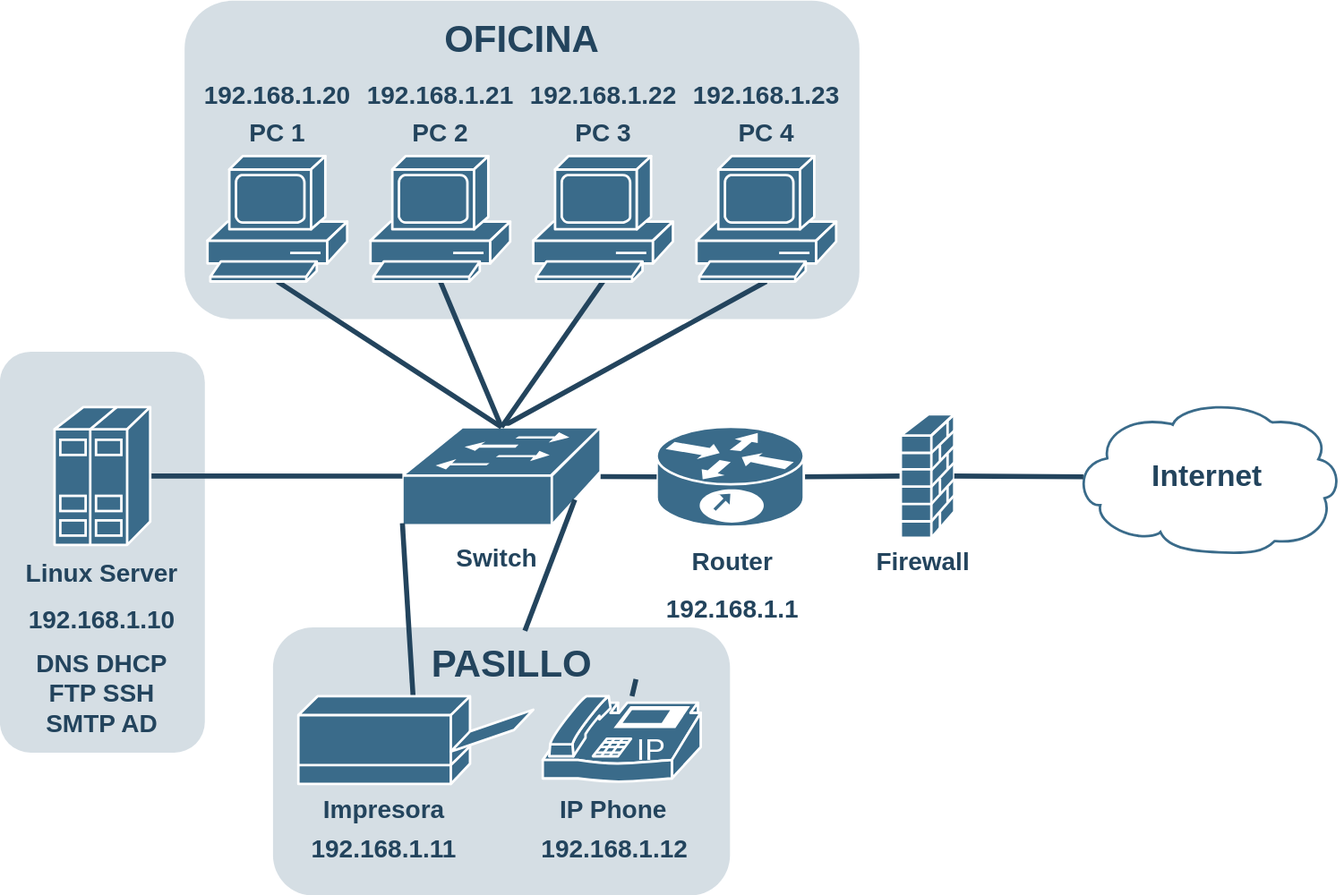
DemoNxriN/Bookhub keeps this draw.io diagram as Esquema de red Bookhub.svg. Above is the earlier version. Source tidied: cells renumbered, new cells last; positions are measured from the earlier drawing's top-left corner, leaving out a move shared by most shapes. The source it was exported from:
```xml
<mxGraphModel>
  <root>
    <mxCell id="0" />
    <mxCell id="1" parent="0" />
    <mxCell id="2" style="rounded=1;whiteSpace=wrap;html=1;strokeColor=none;fillColor=#BAC8D3;fontSize=24;fontColor=#23445D;align=center;opacity=60;" parent="1" vertex="1">
      <mxGeometry x="147.8" width="538.2" height="254" as="geometry" />
    </mxCell>
    <mxCell id="3" style="rounded=1;whiteSpace=wrap;html=1;strokeColor=none;fillColor=#BAC8D3;fontSize=24;fontColor=#23445D;align=center;opacity=60;" parent="1" vertex="1">
      <mxGeometry x="0.4" y="280" width="163.5" height="320" as="geometry" />
    </mxCell>
    <mxCell id="4" value="Internet" style="shape=mxgraph.cisco.storage.cloud;html=1;dashed=0;strokeColor=#3a6b8a;fillColor=#ffffff;strokeWidth=2;fontFamily=Helvetica;fontSize=24;fontColor=#23445D;align=center;fontStyle=1;" parent="1" vertex="1">
      <mxGeometry x="856" y="318.8" width="214.5" height="122.2" as="geometry" />
    </mxCell>
    <mxCell id="5" style="rounded=1;html=1;strokeColor=#23445D;endArrow=none;endFill=0;strokeWidth=4;exitX=1;exitY=0.5;exitDx=0;exitDy=0;exitPerimeter=0;entryX=0;entryY=0.5;entryDx=0;entryDy=0;entryPerimeter=0;" parent="1" edge="1" source="7" target="14">
      <mxGeometry relative="1" as="geometry" />
    </mxCell>
    <mxCell id="6" style="rounded=1;html=1;strokeColor=#23445D;endArrow=none;endFill=0;strokeWidth=4;exitX=0.5;exitY=0;exitDx=0;exitDy=0;exitPerimeter=0;entryX=0.5;entryY=1;entryDx=0;entryDy=0;entryPerimeter=0;" parent="1" edge="1" source="9" target="27">
      <mxGeometry relative="1" as="geometry" />
    </mxCell>
    <mxCell id="7" style="shape=mxgraph.cisco.routers.10700;sketch=0;html=1;dashed=0;fillColor=#3a6b8a;strokeColor=#ffffff;strokeWidth=2;verticalLabelPosition=bottom;verticalAlign=top;align=center;outlineConnect=0;" parent="1" vertex="1">
      <mxGeometry x="524.2" y="340" width="117.4" height="79.8" as="geometry" />
    </mxCell>
    <mxCell id="8" style="rounded=1;html=1;strokeColor=#23445D;endArrow=none;endFill=0;strokeWidth=4;entryX=0;entryY=0.5;entryDx=0;entryDy=0;entryPerimeter=0;" parent="1" edge="1" source="9" target="7">
      <mxGeometry relative="1" as="geometry" />
    </mxCell>
    <mxCell id="9" style="shape=mxgraph.cisco.switches.workgroup_switch;sketch=0;html=1;dashed=0;fillColor=#3a6b8a;strokeColor=#ffffff;strokeWidth=2;verticalLabelPosition=bottom;verticalAlign=top;align=center;outlineConnect=0;" parent="1" vertex="1">
      <mxGeometry x="321.5" y="340.2" width="158.1" height="78.2" as="geometry" />
    </mxCell>
    <mxCell id="10" style="rounded=1;html=1;strokeColor=#23445D;endArrow=none;endFill=0;strokeWidth=4;exitX=0.5;exitY=0;exitDx=0;exitDy=0;exitPerimeter=0;entryX=0.5;entryY=1;entryDx=0;entryDy=0;entryPerimeter=0;" parent="1" edge="1" source="9" target="26">
      <mxGeometry relative="1" as="geometry" />
    </mxCell>
    <mxCell id="11" style="rounded=1;html=1;strokeColor=#23445D;endArrow=none;endFill=0;strokeWidth=4;entryX=0.5;entryY=0;entryDx=0;entryDy=0;entryPerimeter=0;exitX=0.5;exitY=1;exitDx=0;exitDy=0;exitPerimeter=0;" parent="1" edge="1" source="24" target="9">
      <mxGeometry relative="1" as="geometry" />
    </mxCell>
    <mxCell id="12" style="rounded=1;html=1;strokeColor=#23445D;endArrow=none;endFill=0;strokeWidth=4;entryX=0.5;entryY=0;entryDx=0;entryDy=0;entryPerimeter=0;exitX=0.5;exitY=1;exitDx=0;exitDy=0;exitPerimeter=0;" parent="1" edge="1" source="25" target="9">
      <mxGeometry relative="1" as="geometry" />
    </mxCell>
    <mxCell id="13" style="rounded=1;html=1;endArrow=none;endFill=0;strokeColor=#23445D;strokeWidth=4;fontSize=14;fontColor=#990000;entryX=1;entryY=0.5;entryDx=0;entryDy=0;entryPerimeter=0;exitX=0;exitY=0.5;exitDx=0;exitDy=0;exitPerimeter=0;" parent="1" edge="1" source="9" target="20">
      <mxGeometry relative="1" as="geometry" />
    </mxCell>
    <mxCell id="14" style="shape=mxgraph.cisco.security.firewall;sketch=0;html=1;dashed=0;fillColor=#3a6b8a;strokeColor=#ffffff;strokeWidth=2;verticalLabelPosition=bottom;verticalAlign=top;align=center;outlineConnect=0;" parent="1" vertex="1">
      <mxGeometry x="719" y="330" width="42.6" height="98.5" as="geometry" />
    </mxCell>
    <mxCell id="15" style="rounded=1;html=1;strokeColor=#23445D;endArrow=none;endFill=0;strokeWidth=4;exitX=1;exitY=0.5;exitDx=0;exitDy=0;exitPerimeter=0;entryX=0.04;entryY=0.5;entryDx=0;entryDy=0;entryPerimeter=0;" parent="1" edge="1" source="14" target="4">
      <mxGeometry relative="1" as="geometry" />
    </mxCell>
    <mxCell id="16" style="rounded=1;whiteSpace=wrap;html=1;strokeColor=none;fillColor=#BAC8D3;fontSize=24;fontColor=#23445D;align=center;opacity=60;" parent="1" vertex="1">
      <mxGeometry x="218.2" y="500" width="364.5" height="214" as="geometry" />
    </mxCell>
    <mxCell id="17" style="rounded=1;html=1;endArrow=none;endFill=0;strokeColor=#23445D;strokeWidth=4;fontSize=14;fontColor=#990000;exitX=0;exitY=0.98;exitDx=0;exitDy=0;exitPerimeter=0;" parent="1" edge="1" source="9" target="39">
      <mxGeometry relative="1" as="geometry" />
    </mxCell>
    <mxCell id="18" style="edgeStyle=orthogonalEdgeStyle;rounded=0;orthogonalLoop=1;jettySize=auto;html=1;exitX=0.5;exitY=1;exitDx=0;exitDy=0;exitPerimeter=0;" parent="1" edge="1">
      <mxGeometry relative="1" as="geometry">
        <mxPoint x="311" y="625" as="sourcePoint" />
        <mxPoint x="311" y="625" as="targetPoint" />
      </mxGeometry>
    </mxCell>
    <mxCell id="19" style="rounded=1;html=1;endArrow=none;endFill=0;strokeColor=#23445D;strokeWidth=4;fontSize=14;fontColor=#990000;exitX=0.87;exitY=0.74;exitDx=0;exitDy=0;exitPerimeter=0;" parent="1" edge="1" source="48" target="42">
      <mxGeometry relative="1" as="geometry" />
    </mxCell>
    <mxCell id="20" style="shape=mxgraph.cisco.servers.standard_host;sketch=0;html=1;dashed=0;fillColor=#3a6b8a;strokeColor=#ffffff;strokeWidth=2;verticalLabelPosition=bottom;verticalAlign=top;align=center;outlineConnect=0;" parent="1" vertex="1">
      <mxGeometry x="44" y="324.2" width="76.3" height="110" as="geometry" />
    </mxCell>
    <mxCell id="21" value="&lt;font style=&quot;font-size: 20px;&quot; color=&quot;#23445d&quot;&gt;Router&lt;/font&gt;" style="rounded=1;whiteSpace=wrap;html=1;strokeColor=none;fillColor=none;fontSize=14;fontColor=#742B21;align=center;fontStyle=1;" parent="1" vertex="1">
      <mxGeometry x="524.2" y="431.2" width="121.8" height="30.6" as="geometry" />
    </mxCell>
    <mxCell id="22" value="&lt;font style=&quot;font-size: 20px;&quot; color=&quot;#23445d&quot;&gt;192.168.1.1&lt;/font&gt;" style="rounded=1;whiteSpace=wrap;html=1;strokeColor=none;fillColor=none;fontSize=14;fontColor=#742B21;align=center;fontStyle=1;" parent="1" vertex="1">
      <mxGeometry x="524.2" y="469.2" width="121.8" height="30.6" as="geometry" />
    </mxCell>
    <mxCell id="23" value="&lt;font style=&quot;font-size: 20px;&quot; color=&quot;#23445d&quot;&gt;Firewall&lt;/font&gt;" style="rounded=1;whiteSpace=wrap;html=1;strokeColor=none;fillColor=none;fontSize=14;fontColor=#742B21;align=center;fontStyle=1;" parent="1" vertex="1">
      <mxGeometry x="676" y="431.2" width="121.8" height="30.6" as="geometry" />
    </mxCell>
    <mxCell id="24" style="shape=mxgraph.cisco.computers_and_peripherals.pc;sketch=0;html=1;dashed=0;fillColor=#3a6b8a;strokeColor=#ffffff;strokeWidth=2;verticalLabelPosition=bottom;verticalAlign=top;align=center;outlineConnect=0;" parent="1" vertex="1">
      <mxGeometry x="166" y="124" width="111.4" height="100" as="geometry" />
    </mxCell>
    <mxCell id="25" style="shape=mxgraph.cisco.computers_and_peripherals.pc;sketch=0;html=1;dashed=0;fillColor=#3a6b8a;strokeColor=#ffffff;strokeWidth=2;verticalLabelPosition=bottom;verticalAlign=top;align=center;outlineConnect=0;" parent="1" vertex="1">
      <mxGeometry x="296" y="124" width="111.4" height="100" as="geometry" />
    </mxCell>
    <mxCell id="26" style="shape=mxgraph.cisco.computers_and_peripherals.pc;sketch=0;html=1;dashed=0;fillColor=#3a6b8a;strokeColor=#ffffff;strokeWidth=2;verticalLabelPosition=bottom;verticalAlign=top;align=center;outlineConnect=0;" parent="1" vertex="1">
      <mxGeometry x="425.8" y="124" width="111.4" height="100" as="geometry" />
    </mxCell>
    <mxCell id="27" style="shape=mxgraph.cisco.computers_and_peripherals.pc;sketch=0;html=1;dashed=0;fillColor=#3a6b8a;strokeColor=#ffffff;strokeWidth=2;verticalLabelPosition=bottom;verticalAlign=top;align=center;outlineConnect=0;" parent="1" vertex="1">
      <mxGeometry x="556" y="124" width="111.4" height="100" as="geometry" />
    </mxCell>
    <mxCell id="28" value="&lt;font style=&quot;font-size: 20px;&quot; color=&quot;#23445d&quot;&gt;PC 1&lt;/font&gt;" style="rounded=1;whiteSpace=wrap;html=1;strokeColor=none;fillColor=none;fontSize=14;fontColor=#742B21;align=center;fontStyle=1;" parent="1" vertex="1">
      <mxGeometry x="160.8" y="90" width="121.8" height="30.6" as="geometry" />
    </mxCell>
    <mxCell id="29" value="&lt;font style=&quot;font-size: 20px;&quot; color=&quot;#23445d&quot;&gt;PC 2&lt;/font&gt;" style="rounded=1;whiteSpace=wrap;html=1;strokeColor=none;fillColor=none;fontSize=14;fontColor=#742B21;align=center;fontStyle=1;" parent="1" vertex="1">
      <mxGeometry x="290.8" y="90" width="121.8" height="30.6" as="geometry" />
    </mxCell>
    <mxCell id="30" value="&lt;font style=&quot;font-size: 20px;&quot; color=&quot;#23445d&quot;&gt;PC 3&lt;/font&gt;" style="rounded=1;whiteSpace=wrap;html=1;strokeColor=none;fillColor=none;fontSize=14;fontColor=#742B21;align=center;fontStyle=1;" parent="1" vertex="1">
      <mxGeometry x="420.7" y="90" width="121.8" height="30.6" as="geometry" />
    </mxCell>
    <mxCell id="31" value="&lt;font style=&quot;font-size: 20px;&quot; color=&quot;#23445d&quot;&gt;PC 4&lt;/font&gt;" style="rounded=1;whiteSpace=wrap;html=1;strokeColor=none;fillColor=none;fontSize=14;fontColor=#742B21;align=center;fontStyle=1;" parent="1" vertex="1">
      <mxGeometry x="550.8" y="90" width="121.8" height="30.6" as="geometry" />
    </mxCell>
    <mxCell id="32" value="&lt;font style=&quot;font-size: 20px;&quot; color=&quot;#23445d&quot;&gt;192.168.1.20&lt;/font&gt;" style="rounded=1;whiteSpace=wrap;html=1;strokeColor=none;fillColor=none;fontSize=14;fontColor=#742B21;align=center;fontStyle=1;" parent="1" vertex="1">
      <mxGeometry x="160.8" y="59.4" width="121.8" height="30.6" as="geometry" />
    </mxCell>
    <mxCell id="33" value="&lt;font style=&quot;font-size: 20px;&quot; color=&quot;#23445d&quot;&gt;192.168.1.21&lt;/font&gt;" style="rounded=1;whiteSpace=wrap;html=1;strokeColor=none;fillColor=none;fontSize=14;fontColor=#742B21;align=center;fontStyle=1;" parent="1" vertex="1">
      <mxGeometry x="290.8" y="59.4" width="121.8" height="30.6" as="geometry" />
    </mxCell>
    <mxCell id="34" value="&lt;font style=&quot;font-size: 20px;&quot; color=&quot;#23445d&quot;&gt;192.168.1.22&lt;/font&gt;" style="rounded=1;whiteSpace=wrap;html=1;strokeColor=none;fillColor=none;fontSize=14;fontColor=#742B21;align=center;fontStyle=1;" parent="1" vertex="1">
      <mxGeometry x="420.7" y="59.4" width="121.8" height="30.6" as="geometry" />
    </mxCell>
    <mxCell id="35" value="&lt;font style=&quot;font-size: 20px;&quot; color=&quot;#23445d&quot;&gt;192.168.1.23&lt;/font&gt;" style="rounded=1;whiteSpace=wrap;html=1;strokeColor=none;fillColor=none;fontSize=14;fontColor=#742B21;align=center;fontStyle=1;" parent="1" vertex="1">
      <mxGeometry x="550.8" y="59.4" width="121.8" height="30.6" as="geometry" />
    </mxCell>
    <mxCell id="36" value="&lt;font color=&quot;#23445d&quot;&gt;&lt;span style=&quot;font-size: 20px;&quot;&gt;Linux Server&lt;/span&gt;&lt;/font&gt;" style="rounded=1;whiteSpace=wrap;html=1;strokeColor=none;fillColor=none;fontSize=14;fontColor=#742B21;align=center;fontStyle=1;" parent="1" vertex="1">
      <mxGeometry x="16.3" y="441" width="131.8" height="30.6" as="geometry" />
    </mxCell>
    <mxCell id="37" value="&lt;font color=&quot;#23445d&quot;&gt;&lt;span style=&quot;font-size: 20px;&quot;&gt;192.168.1.10&lt;/span&gt;&lt;/font&gt;" style="rounded=1;whiteSpace=wrap;html=1;strokeColor=none;fillColor=none;fontSize=14;fontColor=#742B21;align=center;fontStyle=1;" parent="1" vertex="1">
      <mxGeometry x="16.3" y="477.4" width="131.8" height="30.6" as="geometry" />
    </mxCell>
    <mxCell id="38" value="&lt;font color=&quot;#23445d&quot;&gt;&lt;span style=&quot;font-size: 20px;&quot;&gt;DNS DHCP FTP SSH SMTP AD&lt;/span&gt;&lt;/font&gt;" style="rounded=1;whiteSpace=wrap;html=1;strokeColor=none;fillColor=none;fontSize=14;fontColor=#742B21;align=center;fontStyle=1;" parent="1" vertex="1">
      <mxGeometry x="16.3" y="513.5" width="131.8" height="77.1" as="geometry" />
    </mxCell>
    <mxCell id="39" style="shape=mxgraph.cisco.computers_and_peripherals.printer;sketch=0;html=1;dashed=0;fillColor=#3a6b8a;strokeColor=#ffffff;strokeWidth=2;verticalLabelPosition=bottom;verticalAlign=top;align=center;outlineConnect=0;" parent="1" vertex="1">
      <mxGeometry x="238.5" y="555" width="187.3" height="70" as="geometry" />
    </mxCell>
    <mxCell id="40" value="&lt;font color=&quot;#23445d&quot;&gt;&lt;span style=&quot;font-size: 20px;&quot;&gt;Impresora&lt;/span&gt;&lt;/font&gt;" style="rounded=1;whiteSpace=wrap;html=1;strokeColor=none;fillColor=none;fontSize=14;fontColor=#742B21;align=center;fontStyle=1;" parent="1" vertex="1">
      <mxGeometry x="246" y="630" width="121.8" height="30.6" as="geometry" />
    </mxCell>
    <mxCell id="41" value="&lt;font color=&quot;#23445d&quot;&gt;&lt;span style=&quot;font-size: 20px;&quot;&gt;192.168.1.11&lt;/span&gt;&lt;/font&gt;" style="rounded=1;whiteSpace=wrap;html=1;strokeColor=none;fillColor=none;fontSize=14;fontColor=#742B21;align=center;fontStyle=1;" parent="1" vertex="1">
      <mxGeometry x="246" y="660.6" width="121.8" height="30.6" as="geometry" />
    </mxCell>
    <mxCell id="42" style="shape=mxgraph.cisco.modems_and_phones.ip_phone;sketch=0;html=1;dashed=0;fillColor=#3a6b8a;strokeColor=#ffffff;strokeWidth=2;verticalLabelPosition=bottom;verticalAlign=top;align=center;outlineConnect=0;" parent="1" vertex="1">
      <mxGeometry x="433.4" y="555" width="126" height="70" as="geometry" />
    </mxCell>
    <mxCell id="43" value="&lt;font color=&quot;#23445d&quot;&gt;&lt;span style=&quot;font-size: 20px;&quot;&gt;IP Phone&lt;/span&gt;&lt;/font&gt;" style="rounded=1;whiteSpace=wrap;html=1;strokeColor=none;fillColor=none;fontSize=14;fontColor=#742B21;align=center;fontStyle=1;" parent="1" vertex="1">
      <mxGeometry x="429.1" y="630" width="121.8" height="30.6" as="geometry" />
    </mxCell>
    <mxCell id="44" value="&lt;font color=&quot;#23445d&quot;&gt;&lt;span style=&quot;font-size: 20px;&quot;&gt;192.168.1.12&lt;/span&gt;&lt;/font&gt;" style="rounded=1;whiteSpace=wrap;html=1;strokeColor=none;fillColor=none;fontSize=14;fontColor=#742B21;align=center;fontStyle=1;" parent="1" vertex="1">
      <mxGeometry x="430" y="660.6" width="121.8" height="30.6" as="geometry" />
    </mxCell>
    <mxCell id="45" value="&lt;font style=&quot;font-size: 30px;&quot; color=&quot;#23445d&quot;&gt;OFICINA&lt;/font&gt;" style="rounded=1;whiteSpace=wrap;html=1;strokeColor=none;fillColor=none;fontSize=14;fontColor=#742B21;align=center;fontStyle=1;" parent="1" vertex="1">
      <mxGeometry x="283.7" y="10" width="266.4" height="40.6" as="geometry" />
    </mxCell>
    <mxCell id="46" value="&lt;font style=&quot;font-size: 20px;&quot; color=&quot;#23445d&quot;&gt;Switch&lt;/font&gt;" style="rounded=1;whiteSpace=wrap;html=1;strokeColor=none;fillColor=none;fontSize=14;fontColor=#742B21;align=center;fontStyle=1;" parent="1" vertex="1">
      <mxGeometry x="335.6" y="428.5" width="121.8" height="30.6" as="geometry" />
    </mxCell>
    <mxCell id="47" style="rounded=1;html=1;endArrow=none;endFill=0;strokeColor=#23445D;strokeWidth=4;fontSize=14;fontColor=#990000;exitX=0.87;exitY=0.74;exitDx=0;exitDy=0;exitPerimeter=0;" parent="1" edge="1" source="9" target="48">
      <mxGeometry relative="1" as="geometry" />
    </mxCell>
    <mxCell id="48" value="&lt;font color=&quot;#23445d&quot;&gt;&lt;span style=&quot;font-size: 30px;&quot;&gt;PASILLO&lt;/span&gt;&lt;/font&gt;" style="rounded=1;whiteSpace=wrap;html=1;strokeColor=none;fillColor=none;fontSize=14;fontColor=#742B21;align=center;fontStyle=1;" parent="1" vertex="1">
      <mxGeometry x="276" y="502.7" width="266.4" height="52.3" as="geometry" />
    </mxCell>
  </root>
</mxGraphModel>
```
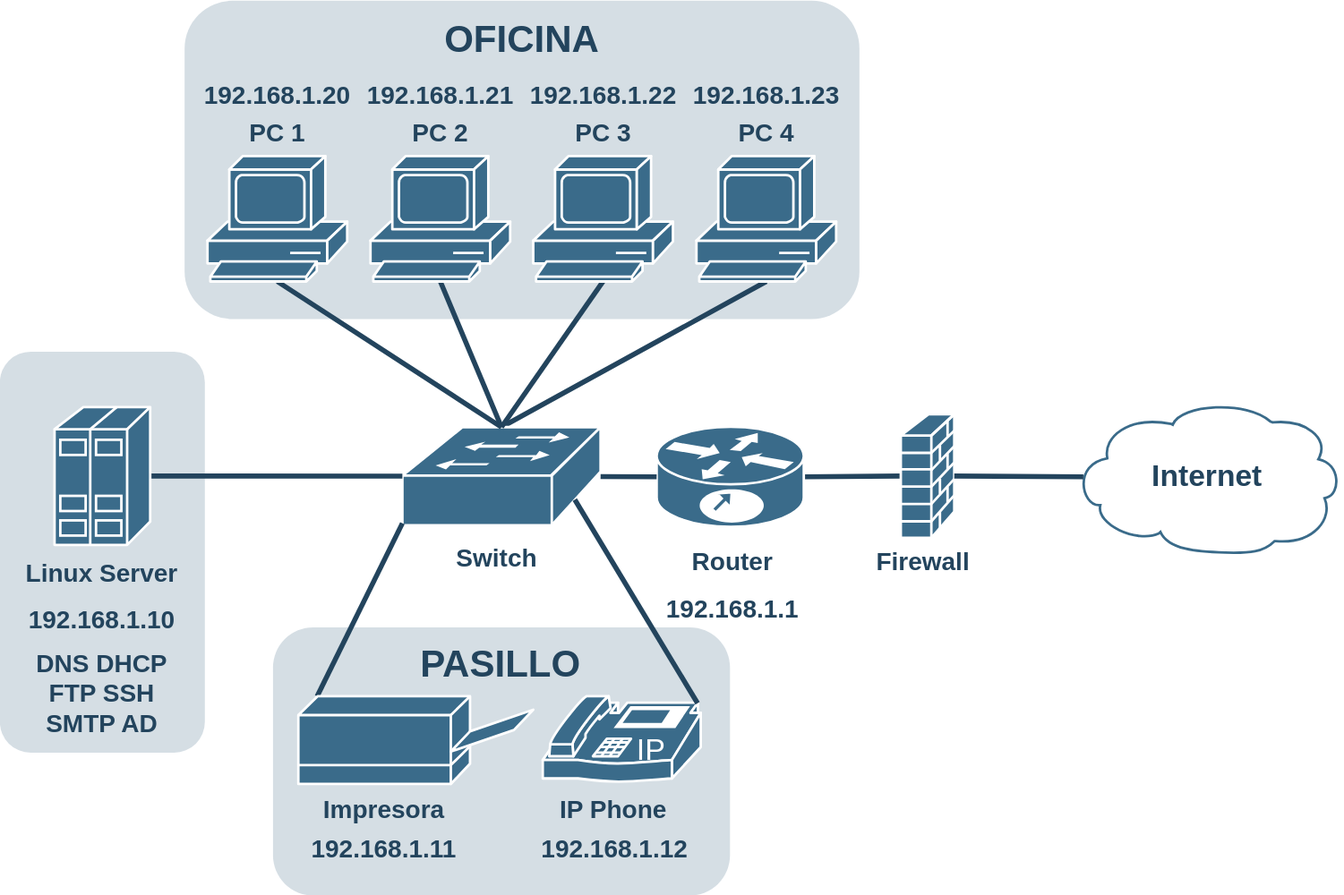
The same file after the commit.

What changed in the source:
```diff
@@ -47,7 +47,7 @@
     <mxCell id="16" style="rounded=1;whiteSpace=wrap;html=1;strokeColor=none;fillColor=#BAC8D3;fontSize=24;fontColor=#23445D;align=center;opacity=60;" parent="1" vertex="1">
       <mxGeometry x="218.2" y="500" width="364.5" height="214" as="geometry" />
     </mxCell>
-    <mxCell id="17" style="rounded=1;html=1;endArrow=none;endFill=0;strokeColor=#23445D;strokeWidth=4;fontSize=14;fontColor=#990000;exitX=0;exitY=0.98;exitDx=0;exitDy=0;exitPerimeter=0;" parent="1" edge="1" source="9" target="39">
+    <mxCell id="17" style="rounded=1;html=1;endArrow=none;endFill=0;strokeColor=#23445D;strokeWidth=4;fontSize=14;fontColor=#990000;exitX=0;exitY=0.98;exitDx=0;exitDy=0;exitPerimeter=0;entryX=0.08;entryY=0;entryDx=0;entryDy=0;entryPerimeter=0;" parent="1" edge="1" source="9" target="39">
       <mxGeometry relative="1" as="geometry" />
     </mxCell>
     <mxCell id="18" style="edgeStyle=orthogonalEdgeStyle;rounded=0;orthogonalLoop=1;jettySize=auto;html=1;exitX=0.5;exitY=1;exitDx=0;exitDy=0;exitPerimeter=0;" parent="1" edge="1">
@@ -56,9 +56,6 @@
         <mxPoint x="311" y="625" as="targetPoint" />
       </mxGeometry>
     </mxCell>
-    <mxCell id="19" style="rounded=1;html=1;endArrow=none;endFill=0;strokeColor=#23445D;strokeWidth=4;fontSize=14;fontColor=#990000;exitX=0.87;exitY=0.74;exitDx=0;exitDy=0;exitPerimeter=0;" parent="1" edge="1" source="48" target="42">
-      <mxGeometry relative="1" as="geometry" />
-    </mxCell>
     <mxCell id="20" style="shape=mxgraph.cisco.servers.standard_host;sketch=0;html=1;dashed=0;fillColor=#3a6b8a;strokeColor=#ffffff;strokeWidth=2;verticalLabelPosition=bottom;verticalAlign=top;align=center;outlineConnect=0;" parent="1" vertex="1">
       <mxGeometry x="44" y="324.2" width="76.3" height="110" as="geometry" />
     </mxCell>
@@ -140,11 +137,11 @@
     <mxCell id="46" value="&lt;font style=&quot;font-size: 20px;&quot; color=&quot;#23445d&quot;&gt;Switch&lt;/font&gt;" style="rounded=1;whiteSpace=wrap;html=1;strokeColor=none;fillColor=none;fontSize=14;fontColor=#742B21;align=center;fontStyle=1;" parent="1" vertex="1">
       <mxGeometry x="335.6" y="428.5" width="121.8" height="30.6" as="geometry" />
     </mxCell>
-    <mxCell id="47" style="rounded=1;html=1;endArrow=none;endFill=0;strokeColor=#23445D;strokeWidth=4;fontSize=14;fontColor=#990000;exitX=0.87;exitY=0.74;exitDx=0;exitDy=0;exitPerimeter=0;" parent="1" edge="1" source="9" target="48">
+    <mxCell id="47" style="rounded=1;html=1;endArrow=none;endFill=0;strokeColor=#23445D;strokeWidth=4;fontSize=14;fontColor=#990000;exitX=0.87;exitY=0.74;exitDx=0;exitDy=0;exitPerimeter=0;entryX=0.98;entryY=0.08;entryDx=0;entryDy=0;entryPerimeter=0;" parent="1" edge="1" source="9" target="42">
       <mxGeometry relative="1" as="geometry" />
     </mxCell>
     <mxCell id="48" value="&lt;font color=&quot;#23445d&quot;&gt;&lt;span style=&quot;font-size: 30px;&quot;&gt;PASILLO&lt;/span&gt;&lt;/font&gt;" style="rounded=1;whiteSpace=wrap;html=1;strokeColor=none;fillColor=none;fontSize=14;fontColor=#742B21;align=center;fontStyle=1;" parent="1" vertex="1">
-      <mxGeometry x="276" y="502.7" width="266.4" height="52.3" as="geometry" />
+      <mxGeometry x="267.3" y="502.7" width="266.4" height="52.3" as="geometry" />
     </mxCell>
   </root>
 </mxGraphModel>
```
